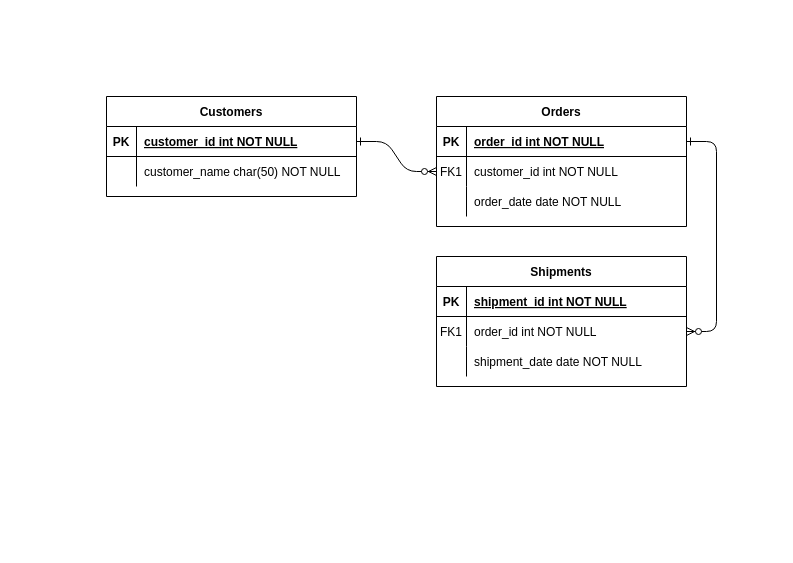
The draw.io diagram Untitled Diagram.drawio in Fall-Llihc/Golang-TelU, before the edit. Source tidied: cells renumbered, new cells numbered last; positions are measured from the earlier drawing's top-left corner, leaving out a move shared by most shapes. Both pictures are drawn from the tidied source at 100%, with x=0, y=0 at pixel (106, 96).
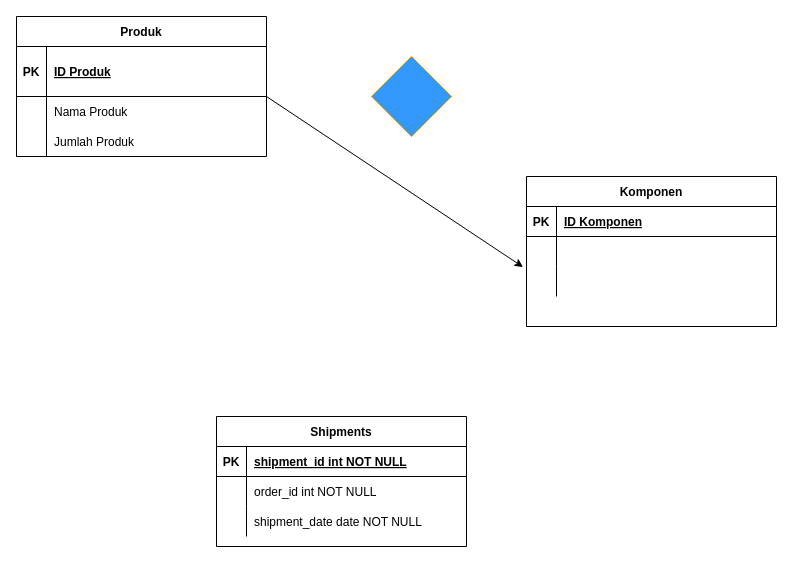
The same diagram, later.

The change refers to these unchanged cells:
```xml
<mxCell id="5" style="shape=partialRectangle;fillColor=none;points=[[0,0.5],[1,0.5]];portConstraint=eastwest;top=0;left=0;right=0;bottom=1;" parent="4" vertex="1">
  <mxGeometry y="30" width="250" height="30" as="geometry" />
</mxCell>
<mxCell id="8" style="shape=partialRectangle;fillColor=none;points=[[0,0.5],[1,0.5]];portConstraint=eastwest;top=0;left=0;right=0;bottom=0;" parent="4" vertex="1">
  <mxGeometry y="60" width="250" height="30" as="geometry" />
</mxCell>
<mxCell id="11" style="shape=partialRectangle;fillColor=none;points=[[0,0.5],[1,0.5]];portConstraint=eastwest;top=0;left=0;right=0;bottom=0;" parent="4" vertex="1">
  <mxGeometry y="90" width="250" height="30" as="geometry" />
</mxCell>
<mxCell id="18" style="shape=partialRectangle;fillColor=none;points=[[0,0.5],[1,0.5]];portConstraint=eastwest;top=0;left=0;right=0;bottom=0;" parent="14" vertex="1">
  <mxGeometry y="60" width="250" height="30" as="geometry" />
</mxCell>
```

The edit, as a diff of the source:
```diff
@@
-    <mxCell id="2" style="edgeStyle=entityRelationEdgeStyle;endArrow=ERzeroToMany;startArrow=ERone;endFill=1;startFill=0;" parent="1" edge="1" source="25" target="8">
-      <mxGeometry relative="1" as="geometry" />
-    </mxCell>
-    <mxCell id="3" style="edgeStyle=entityRelationEdgeStyle;endArrow=ERzeroToMany;startArrow=ERone;endFill=1;startFill=0;" parent="1" edge="1" source="5" target="18">
-      <mxGeometry relative="1" as="geometry" />
-    </mxCell>
-    <mxCell id="4" value="Orders" style="shape=table;startSize=30;childLayout=tableLayout;rowLines=0;fontStyle=1;align=center;" parent="1" vertex="1">
-      <mxGeometry x="330" width="250" height="130" as="geometry" />
+    <mxCell id="4" value="Komponen" style="shape=table;startSize=30;childLayout=tableLayout;rowLines=0;fontStyle=1;align=center;" parent="1" vertex="1">
+      <mxGeometry x="420" y="80" width="250" height="150" as="geometry" />
     </mxCell>
@@
-    <mxCell id="7" value="order_id int NOT NULL " style="shape=partialRectangle;overflow=hidden;fillColor=none;top=0;left=0;bottom=0;right=0;align=left;spacingLeft=6;fontStyle=5;" parent="5" vertex="1">
+    <mxCell id="7" value="ID Komponen" style="shape=partialRectangle;overflow=hidden;fillColor=none;top=0;left=0;bottom=0;right=0;align=left;spacingLeft=6;fontStyle=5;" parent="5" vertex="1">
       <mxGeometry x="30" width="220" height="30" as="geometry" />
     </mxCell>
@@
-    <mxCell id="9" value="FK1" style="shape=partialRectangle;overflow=hidden;fillColor=none;top=0;left=0;bottom=0;right=0;" parent="8" vertex="1">
+    <mxCell id="9" style="shape=partialRectangle;overflow=hidden;fillColor=none;top=0;left=0;bottom=0;right=0;" parent="8" vertex="1">
       <mxGeometry width="30" height="30" as="geometry" />
     </mxCell>
-    <mxCell id="10" value="customer_id int NOT NULL" style="shape=partialRectangle;overflow=hidden;fillColor=none;top=0;left=0;bottom=0;right=0;align=left;spacingLeft=6;" parent="8" vertex="1">
+    <mxCell id="10" style="shape=partialRectangle;overflow=hidden;fillColor=none;top=0;left=0;bottom=0;right=0;align=left;spacingLeft=6;" parent="8" vertex="1">
       <mxGeometry x="30" width="220" height="30" as="geometry" />
     </mxCell>
@@
-    <mxCell id="13" value="order_date date NOT NULL" style="shape=partialRectangle;overflow=hidden;fillColor=none;top=0;left=0;bottom=0;right=0;align=left;spacingLeft=6;" parent="11" vertex="1">
+    <mxCell id="13" style="shape=partialRectangle;overflow=hidden;fillColor=none;top=0;left=0;bottom=0;right=0;align=left;spacingLeft=6;" parent="11" vertex="1">
       <mxGeometry x="30" width="220" height="30" as="geometry" />
     </mxCell>
     <mxCell id="14" value="Shipments" style="shape=table;startSize=30;childLayout=tableLayout;rowLines=0;fontStyle=1;align=center;" parent="1" vertex="1">
-      <mxGeometry x="330" y="160" width="250" height="130" as="geometry" />
+      <mxGeometry x="110" y="320" width="250" height="130" as="geometry" />
     </mxCell>
@@
-    <mxCell id="19" value="FK1" style="shape=partialRectangle;overflow=hidden;fillColor=none;top=0;left=0;bottom=0;right=0;" parent="18" vertex="1">
+    <mxCell id="19" style="shape=partialRectangle;overflow=hidden;fillColor=none;top=0;left=0;bottom=0;right=0;" parent="18" vertex="1">
       <mxGeometry width="30" height="30" as="geometry" />
     </mxCell>
@@
-    <mxCell id="24" value="Customers" style="shape=table;startSize=30;childLayout=tableLayout;rowLines=0;fontStyle=1;align=center;" parent="1" vertex="1">
-      <mxGeometry width="250" height="100" as="geometry" />
+    <mxCell id="24" value="Produk" style="shape=table;startSize=30;childLayout=tableLayout;rowLines=0;fontStyle=1;align=center;" parent="1" vertex="1">
+      <mxGeometry x="-90" y="-80" width="250" height="140" as="geometry" />
     </mxCell>
     <mxCell id="25" style="shape=partialRectangle;fillColor=none;points=[[0,0.5],[1,0.5]];portConstraint=eastwest;top=0;left=0;right=0;bottom=1;" parent="24" vertex="1">
-      <mxGeometry y="30" width="250" height="30" as="geometry" />
+      <mxGeometry y="30" width="250" height="50" as="geometry" />
     </mxCell>
     <mxCell id="26" value="PK" style="shape=partialRectangle;overflow=hidden;fillColor=none;top=0;left=0;bottom=0;right=0;fontStyle=1;" parent="25" vertex="1">
-      <mxGeometry width="30" height="30" as="geometry" />
+      <mxGeometry width="30" height="50" as="geometry" />
     </mxCell>
-    <mxCell id="27" value="customer_id int NOT NULL " style="shape=partialRectangle;overflow=hidden;fillColor=none;top=0;left=0;bottom=0;right=0;align=left;spacingLeft=6;fontStyle=5;" parent="25" vertex="1">
-      <mxGeometry x="30" width="220" height="30" as="geometry" />
+    <mxCell id="27" value="ID Produk" style="shape=partialRectangle;overflow=hidden;fillColor=none;top=0;left=0;bottom=0;right=0;align=left;spacingLeft=6;fontStyle=5;" parent="25" vertex="1">
+      <mxGeometry x="30" width="220" height="50" as="geometry" />
     </mxCell>
     <mxCell id="28" style="shape=partialRectangle;fillColor=none;top=0;left=0;right=0;bottom=0;" parent="24" vertex="1">
-      <mxGeometry y="60" width="250" height="30" as="geometry" />
+      <mxGeometry y="80" width="250" height="60" as="geometry" />
     </mxCell>
     <mxCell id="29" style="shape=partialRectangle;overflow=hidden;fillColor=none;top=0;left=0;bottom=0;right=0;" parent="28" vertex="1">
-      <mxGeometry width="30" height="30" as="geometry" />
+      <mxGeometry width="30" height="60" as="geometry" />
     </mxCell>
-    <mxCell id="30" value="customer_name char(50) NOT NULL" style="shape=partialRectangle;overflow=hidden;fillColor=none;top=0;left=0;bottom=0;right=0;align=left;spacingLeft=6;" parent="28" vertex="1">
-      <mxGeometry x="30" width="220" height="30" as="geometry" />
+    <mxCell id="30" style="shape=partialRectangle;overflow=hidden;fillColor=none;top=0;left=0;bottom=0;right=0;align=left;spacingLeft=6;" parent="28" vertex="1">
+      <mxGeometry x="30" width="220" height="60" as="geometry" />
     </mxCell>
+    <mxCell id="31" value="Nama Produk" style="shape=partialRectangle;overflow=hidden;fillColor=none;top=0;left=0;bottom=0;right=0;align=left;spacingLeft=6;" parent="1" vertex="1">
+      <mxGeometry x="-60" width="220" height="30" as="geometry" />
+    </mxCell>
+    <mxCell id="32" value="Jumlah Produk" style="shape=partialRectangle;overflow=hidden;fillColor=none;top=0;left=0;bottom=0;right=0;align=left;spacingLeft=6;" parent="1" vertex="1">
+      <mxGeometry x="-60" y="30" width="220" height="30" as="geometry" />
+    </mxCell>
+    <mxCell id="33" style="endArrow=classic;html=1;rounded=0;fontFamily=Helvetica;fontSize=12;fontColor=default;entryX=-0.014;entryY=0.017;entryDx=0;entryDy=0;entryPerimeter=0;" parent="1" edge="1" target="11">
+      <mxGeometry relative="1" as="geometry">
+        <mxPoint x="160" as="sourcePoint" />
+      </mxGeometry>
+    </mxCell>
+    <mxCell id="34" style="rhombus;whiteSpace=wrap;html=1;strokeColor=#d79b00;align=left;verticalAlign=middle;spacingLeft=6;fontFamily=Helvetica;fontSize=12;fillColor=#3399FF;" parent="1" vertex="1">
+      <mxGeometry x="265" y="-40" width="80" height="80" as="geometry" />
+    </mxCell>
```
